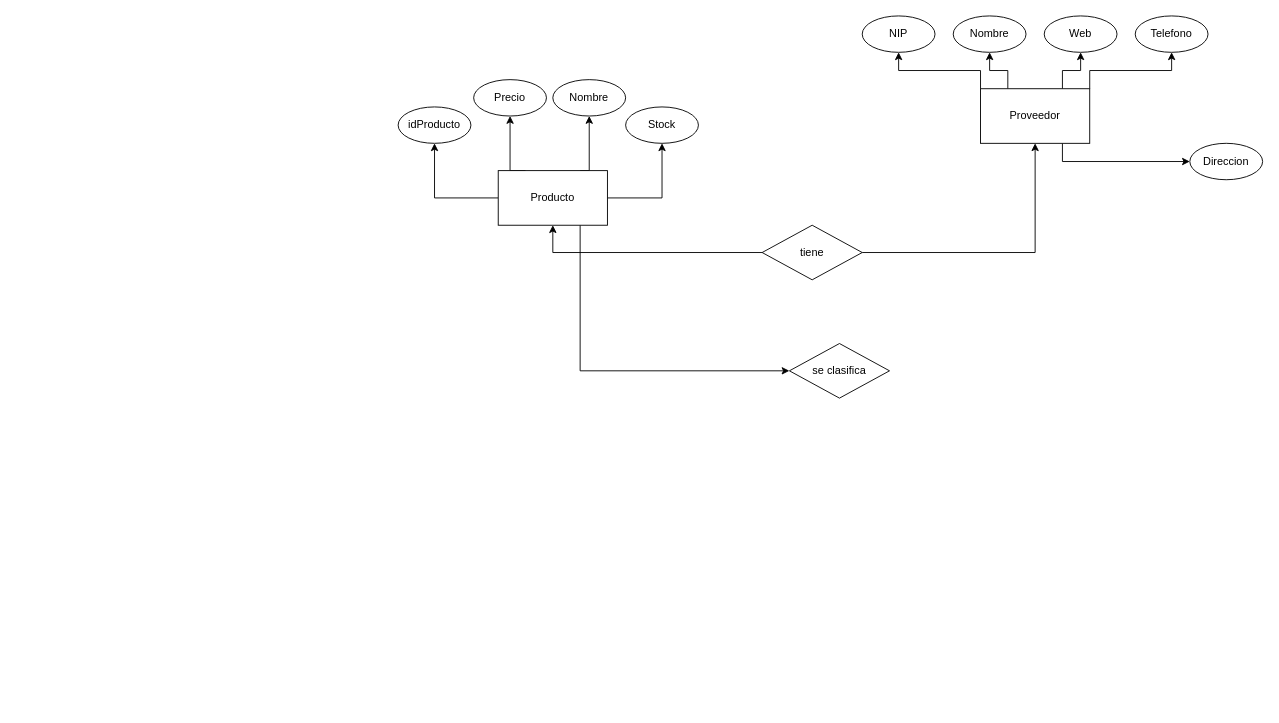
The draw.io diagram Diagrama Import Tech.drawio in LuisMarioCarrioniBlanco/importtech, before the edit. Source tidied: cells renumbered, new cells numbered last; positions are measured from the earlier drawing's top-left corner, leaving out a move shared by most shapes. Both pictures are drawn from the tidied source at 91%, with x=0, y=0 at pixel (398, 15).
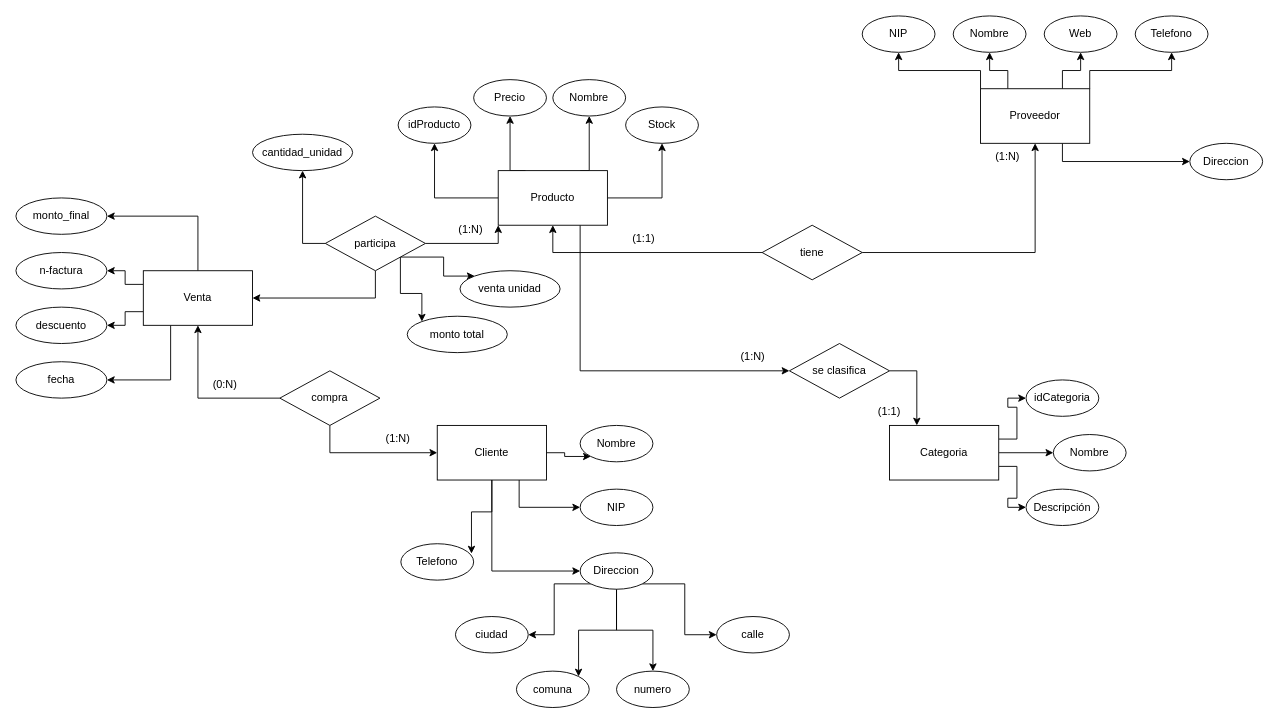
The same page after the edit.

Unchanged cells that the change refers to:
```xml
<mxCell id="7" value="Producto" style="rounded=0;whiteSpace=wrap;html=1;" parent="1" vertex="1">
  <mxGeometry x="110" y="170" width="120" height="60" as="geometry" />
</mxCell>
<mxCell id="26" value="se clasifica" style="rhombus;whiteSpace=wrap;html=1;" parent="1" vertex="1">
  <mxGeometry x="430" y="360" width="110" height="60" as="geometry" />
</mxCell>
```

What changed in the source:
```diff
@@
+    <mxCell id="27" style="edgeStyle=orthogonalEdgeStyle;rounded=0;jettySize=auto;html=1;exitX=1;exitY=0.5;exitDx=0;exitDy=0;entryX=0.25;entryY=0;entryDx=0;entryDy=0;" parent="1" edge="1" source="26" target="31">
+      <mxGeometry relative="1" as="geometry" />
+    </mxCell>
@@
+    <mxCell id="28" style="edgeStyle=orthogonalEdgeStyle;rounded=0;jettySize=auto;html=1;exitX=1;exitY=0.25;exitDx=0;exitDy=0;entryX=0;entryY=0.5;entryDx=0;entryDy=0;" parent="1" edge="1" source="31" target="32">
+      <mxGeometry relative="1" as="geometry" />
+    </mxCell>
+    <mxCell id="29" style="edgeStyle=orthogonalEdgeStyle;rounded=0;jettySize=auto;html=1;exitX=1;exitY=0.5;exitDx=0;exitDy=0;entryX=0;entryY=0.5;entryDx=0;entryDy=0;" parent="1" edge="1" source="31" target="33">
+      <mxGeometry relative="1" as="geometry" />
+    </mxCell>
+    <mxCell id="30" style="edgeStyle=orthogonalEdgeStyle;rounded=0;jettySize=auto;html=1;exitX=1;exitY=0.75;exitDx=0;exitDy=0;entryX=0;entryY=0.5;entryDx=0;entryDy=0;" parent="1" edge="1" source="31" target="34">
+      <mxGeometry relative="1" as="geometry" />
+    </mxCell>
+    <mxCell id="31" value="Categoria" style="rounded=0;whiteSpace=wrap;html=1;" parent="1" vertex="1">
+      <mxGeometry x="540" y="450" width="120" height="60" as="geometry" />
+    </mxCell>
+    <mxCell id="32" value="idCategoria" style="ellipse;whiteSpace=wrap;html=1;" parent="1" vertex="1">
+      <mxGeometry x="690" y="400" width="80" height="40" as="geometry" />
+    </mxCell>
+    <mxCell id="33" value="Nombre" style="ellipse;whiteSpace=wrap;html=1;" parent="1" vertex="1">
+      <mxGeometry x="720" y="460" width="80" height="40" as="geometry" />
+    </mxCell>
+    <mxCell id="34" value="Descripción" style="ellipse;whiteSpace=wrap;html=1;" parent="1" vertex="1">
+      <mxGeometry x="690" y="520" width="80" height="40" as="geometry" />
+    </mxCell>
+    <mxCell id="35" style="edgeStyle=orthogonalEdgeStyle;rounded=0;jettySize=auto;html=1;exitX=0.5;exitY=0;exitDx=0;exitDy=0;entryX=1;entryY=0.5;entryDx=0;entryDy=0;" parent="1" edge="1" source="39" target="51">
+      <mxGeometry relative="1" as="geometry" />
+    </mxCell>
+    <mxCell id="36" style="edgeStyle=orthogonalEdgeStyle;rounded=0;jettySize=auto;html=1;exitX=0;exitY=0.25;exitDx=0;exitDy=0;entryX=1;entryY=0.5;entryDx=0;entryDy=0;" parent="1" edge="1" source="39" target="52">
+      <mxGeometry relative="1" as="geometry" />
+    </mxCell>
+    <mxCell id="37" style="edgeStyle=orthogonalEdgeStyle;rounded=0;jettySize=auto;html=1;exitX=0;exitY=0.75;exitDx=0;exitDy=0;entryX=1;entryY=0.5;entryDx=0;entryDy=0;" parent="1" edge="1" source="39" target="53">
+      <mxGeometry relative="1" as="geometry" />
+    </mxCell>
+    <mxCell id="38" style="edgeStyle=orthogonalEdgeStyle;rounded=0;jettySize=auto;html=1;exitX=0.25;exitY=1;exitDx=0;exitDy=0;entryX=1;entryY=0.5;entryDx=0;entryDy=0;" parent="1" edge="1" source="39" target="54">
+      <mxGeometry relative="1" as="geometry" />
+    </mxCell>
+    <mxCell id="39" value="Venta" style="rounded=0;whiteSpace=wrap;html=1;" parent="1" vertex="1">
+      <mxGeometry x="-280" y="280" width="120" height="60" as="geometry" />
+    </mxCell>
+    <mxCell id="40" style="edgeStyle=orthogonalEdgeStyle;rounded=0;jettySize=auto;html=1;exitX=1;exitY=0.5;exitDx=0;exitDy=0;entryX=0;entryY=1;entryDx=0;entryDy=0;" parent="1" edge="1" source="43" target="60">
+      <mxGeometry relative="1" as="geometry" />
+    </mxCell>
+    <mxCell id="41" style="edgeStyle=orthogonalEdgeStyle;rounded=0;jettySize=auto;html=1;exitX=0.75;exitY=1;exitDx=0;exitDy=0;entryX=0;entryY=0.5;entryDx=0;entryDy=0;" parent="1" edge="1" source="43" target="61">
+      <mxGeometry relative="1" as="geometry" />
+    </mxCell>
+    <mxCell id="42" style="edgeStyle=orthogonalEdgeStyle;rounded=0;jettySize=auto;html=1;exitX=0.5;exitY=1;exitDx=0;exitDy=0;entryX=0;entryY=0.5;entryDx=0;entryDy=0;" parent="1" edge="1" source="43" target="66">
+      <mxGeometry relative="1" as="geometry" />
+    </mxCell>
+    <mxCell id="43" value="Cliente" style="rounded=0;whiteSpace=wrap;html=1;" parent="1" vertex="1">
+      <mxGeometry x="43" y="450" width="120" height="60" as="geometry" />
+    </mxCell>
+    <mxCell id="44" style="edgeStyle=orthogonalEdgeStyle;rounded=0;jettySize=auto;html=1;exitX=1;exitY=0.5;exitDx=0;exitDy=0;entryX=0;entryY=1;entryDx=0;entryDy=0;" parent="1" edge="1" source="49" target="7">
+      <mxGeometry relative="1" as="geometry" />
+    </mxCell>
+    <mxCell id="45" style="edgeStyle=orthogonalEdgeStyle;rounded=0;jettySize=auto;html=1;exitX=0;exitY=0.5;exitDx=0;exitDy=0;entryX=0.5;entryY=1;entryDx=0;entryDy=0;" parent="1" edge="1" source="49" target="50">
+      <mxGeometry relative="1" as="geometry" />
+    </mxCell>
+    <mxCell id="46" style="edgeStyle=orthogonalEdgeStyle;rounded=0;jettySize=auto;html=1;exitX=0.5;exitY=1;exitDx=0;exitDy=0;entryX=1;entryY=0.5;entryDx=0;entryDy=0;" parent="1" edge="1" source="49" target="39">
+      <mxGeometry relative="1" as="geometry" />
+    </mxCell>
+    <mxCell id="47" style="edgeStyle=orthogonalEdgeStyle;rounded=0;jettySize=auto;html=1;exitX=1;exitY=1;exitDx=0;exitDy=0;entryX=0;entryY=0;entryDx=0;entryDy=0;" parent="1" edge="1" source="49" target="58">
+      <mxGeometry relative="1" as="geometry" />
+    </mxCell>
+    <mxCell id="48" style="edgeStyle=orthogonalEdgeStyle;rounded=0;jettySize=auto;html=1;exitX=1;exitY=1;exitDx=0;exitDy=0;entryX=0;entryY=0;entryDx=0;entryDy=0;" parent="1" edge="1" source="49" target="59">
+      <mxGeometry relative="1" as="geometry" />
+    </mxCell>
+    <mxCell id="49" value="participa" style="rhombus;whiteSpace=wrap;html=1;" parent="1" vertex="1">
+      <mxGeometry x="-80" y="220" width="110" height="60" as="geometry" />
+    </mxCell>
+    <mxCell id="50" value="cantidad_unidad" style="ellipse;whiteSpace=wrap;html=1;" parent="1" vertex="1">
+      <mxGeometry x="-160" y="130" width="110" height="40" as="geometry" />
+    </mxCell>
+    <mxCell id="51" value="monto_final" style="ellipse;whiteSpace=wrap;html=1;" parent="1" vertex="1">
+      <mxGeometry x="-420" y="200" width="100" height="40" as="geometry" />
+    </mxCell>
+    <mxCell id="52" value="n-factura" style="ellipse;whiteSpace=wrap;html=1;" parent="1" vertex="1">
+      <mxGeometry x="-420" y="260" width="100" height="40" as="geometry" />
+    </mxCell>
+    <mxCell id="53" value="descuento" style="ellipse;whiteSpace=wrap;html=1;" parent="1" vertex="1">
+      <mxGeometry x="-420" y="320" width="100" height="40" as="geometry" />
+    </mxCell>
+    <mxCell id="54" value="fecha" style="ellipse;whiteSpace=wrap;html=1;" parent="1" vertex="1">
+      <mxGeometry x="-420" y="380" width="100" height="40" as="geometry" />
+    </mxCell>
+    <mxCell id="55" style="edgeStyle=orthogonalEdgeStyle;rounded=0;jettySize=auto;html=1;exitX=0;exitY=0.5;exitDx=0;exitDy=0;entryX=0.5;entryY=1;entryDx=0;entryDy=0;" parent="1" edge="1" source="57" target="39">
+      <mxGeometry relative="1" as="geometry" />
+    </mxCell>
+    <mxCell id="56" style="edgeStyle=orthogonalEdgeStyle;rounded=0;jettySize=auto;html=1;exitX=0.5;exitY=1;exitDx=0;exitDy=0;entryX=0;entryY=0.5;entryDx=0;entryDy=0;" parent="1" edge="1" source="57" target="43">
+      <mxGeometry relative="1" as="geometry" />
+    </mxCell>
+    <mxCell id="57" value="compra" style="rhombus;whiteSpace=wrap;html=1;" parent="1" vertex="1">
+      <mxGeometry x="-130" y="390" width="110" height="60" as="geometry" />
+    </mxCell>
+    <mxCell id="58" value="venta unidad" style="ellipse;whiteSpace=wrap;html=1;" parent="1" vertex="1">
+      <mxGeometry x="68" y="280" width="110" height="40" as="geometry" />
+    </mxCell>
+    <mxCell id="59" value="monto total" style="ellipse;whiteSpace=wrap;html=1;" parent="1" vertex="1">
+      <mxGeometry x="10" y="330" width="110" height="40" as="geometry" />
+    </mxCell>
+    <mxCell id="60" value="Nombre" style="ellipse;whiteSpace=wrap;html=1;" parent="1" vertex="1">
+      <mxGeometry x="200" y="450" width="80" height="40" as="geometry" />
+    </mxCell>
+    <mxCell id="61" value="NIP" style="ellipse;whiteSpace=wrap;html=1;" parent="1" vertex="1">
+      <mxGeometry x="200" y="520" width="80" height="40" as="geometry" />
+    </mxCell>
+    <mxCell id="62" style="edgeStyle=orthogonalEdgeStyle;rounded=0;jettySize=auto;html=1;exitX=0;exitY=1;exitDx=0;exitDy=0;entryX=1;entryY=0.5;entryDx=0;entryDy=0;" parent="1" edge="1" source="66" target="68">
+      <mxGeometry relative="1" as="geometry" />
+    </mxCell>
+    <mxCell id="63" style="edgeStyle=orthogonalEdgeStyle;rounded=0;jettySize=auto;html=1;exitX=0.5;exitY=1;exitDx=0;exitDy=0;entryX=1;entryY=0;entryDx=0;entryDy=0;" parent="1" edge="1" source="66" target="69">
+      <mxGeometry relative="1" as="geometry" />
+    </mxCell>
+    <mxCell id="64" style="edgeStyle=orthogonalEdgeStyle;rounded=0;jettySize=auto;html=1;exitX=0.5;exitY=1;exitDx=0;exitDy=0;entryX=0.5;entryY=0;entryDx=0;entryDy=0;" parent="1" edge="1" source="66" target="70">
+      <mxGeometry relative="1" as="geometry" />
+    </mxCell>
+    <mxCell id="65" style="edgeStyle=orthogonalEdgeStyle;rounded=0;jettySize=auto;html=1;exitX=1;exitY=1;exitDx=0;exitDy=0;entryX=0;entryY=0.5;entryDx=0;entryDy=0;" parent="1" edge="1" source="66" target="71">
+      <mxGeometry relative="1" as="geometry" />
+    </mxCell>
+    <mxCell id="66" value="Direccion" style="ellipse;whiteSpace=wrap;html=1;" parent="1" vertex="1">
+      <mxGeometry x="200" y="590" width="80" height="40" as="geometry" />
+    </mxCell>
+    <mxCell id="67" value="Telefono" style="ellipse;whiteSpace=wrap;html=1;" parent="1" vertex="1">
+      <mxGeometry x="3" y="580" width="80" height="40" as="geometry" />
+    </mxCell>
+    <mxCell id="68" value="ciudad" style="ellipse;whiteSpace=wrap;html=1;" parent="1" vertex="1">
+      <mxGeometry x="63" y="660" width="80" height="40" as="geometry" />
+    </mxCell>
+    <mxCell id="69" value="comuna" style="ellipse;whiteSpace=wrap;html=1;" parent="1" vertex="1">
+      <mxGeometry x="130" y="720" width="80" height="40" as="geometry" />
+    </mxCell>
+    <mxCell id="70" value="numero" style="ellipse;whiteSpace=wrap;html=1;" parent="1" vertex="1">
+      <mxGeometry x="240" y="720" width="80" height="40" as="geometry" />
+    </mxCell>
+    <mxCell id="71" value="calle" style="ellipse;whiteSpace=wrap;html=1;" parent="1" vertex="1">
+      <mxGeometry x="350" y="660" width="80" height="40" as="geometry" />
+    </mxCell>
+    <mxCell id="72" style="edgeStyle=orthogonalEdgeStyle;rounded=0;jettySize=auto;html=1;exitX=0.5;exitY=1;exitDx=0;exitDy=0;entryX=0.97;entryY=0.27;entryDx=0;entryDy=0;entryPerimeter=0;" parent="1" edge="1" source="43" target="67">
+      <mxGeometry relative="1" as="geometry" />
+    </mxCell>
+    <mxCell id="73" value="(1:N)" style="text;html=1;align=center;verticalAlign=middle;whiteSpace=wrap;rounded=0;" parent="1" vertex="1">
+      <mxGeometry x="360" y="360" width="60" height="30" as="geometry" />
+    </mxCell>
+    <mxCell id="74" value="(1:1)" style="text;html=1;align=center;verticalAlign=middle;whiteSpace=wrap;rounded=0;" parent="1" vertex="1">
+      <mxGeometry x="510" y="420" width="60" height="30" as="geometry" />
+    </mxCell>
+    <mxCell id="75" value="(1:N)" style="text;html=1;align=center;verticalAlign=middle;whiteSpace=wrap;rounded=0;" parent="1" vertex="1">
+      <mxGeometry x="-30" y="450" width="60" height="30" as="geometry" />
+    </mxCell>
+    <mxCell id="76" value="(1:N)" style="text;html=1;align=center;verticalAlign=middle;whiteSpace=wrap;rounded=0;" parent="1" vertex="1">
+      <mxGeometry x="50" y="220" width="60" height="30" as="geometry" />
+    </mxCell>
+    <mxCell id="77" value="(1:N)" style="text;html=1;align=center;verticalAlign=middle;whiteSpace=wrap;rounded=0;" parent="1" vertex="1">
+      <mxGeometry x="640" y="140" width="60" height="30" as="geometry" />
+    </mxCell>
+    <mxCell id="78" value="(1:1)" style="text;html=1;align=center;verticalAlign=middle;whiteSpace=wrap;rounded=0;" parent="1" vertex="1">
+      <mxGeometry x="240" y="230" width="60" height="30" as="geometry" />
+    </mxCell>
+    <mxCell id="79" value="(0:N)" style="text;html=1;align=center;verticalAlign=middle;whiteSpace=wrap;rounded=0;" parent="1" vertex="1">
+      <mxGeometry x="-220" y="390" width="60" height="30" as="geometry" />
+    </mxCell>
```
